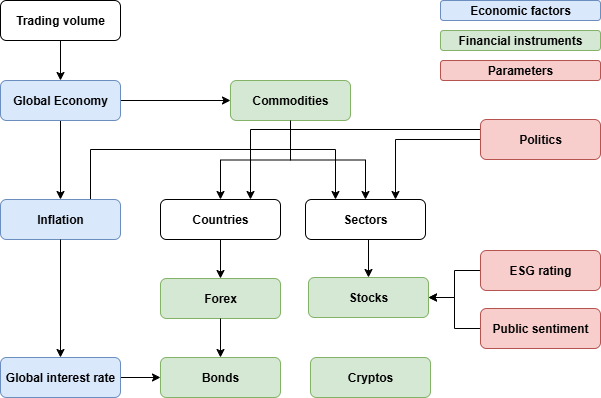
This is extras/schema.png from tvdboom/marketcap, a draw.io export, as it was before one commit. Source tidied: cells renumbered, new cells last; positions are measured from the earlier drawing's top-left corner, leaving out a move shared by most shapes.
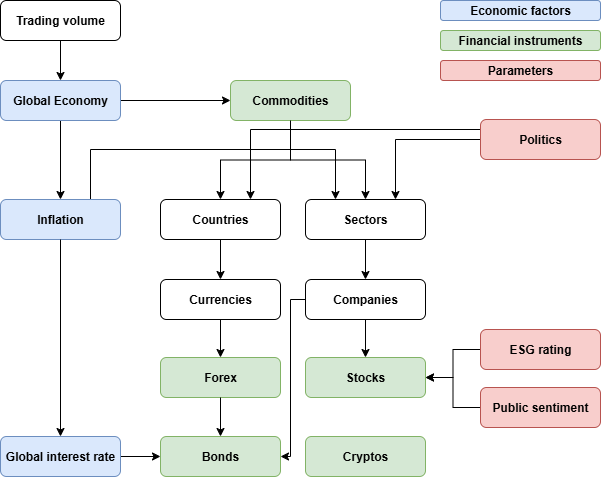
The same diagram one commit later.

What changed in the source:
```diff
@@ -29,7 +29,7 @@
       <mxGeometry relative="1" as="geometry" />
     </mxCell>
     <mxCell id="9" value="&lt;b&gt;Global interest rate&lt;/b&gt;" style="rounded=1;whiteSpace=wrap;html=1;fillColor=#dae8fc;strokeColor=#6c8ebf;" parent="1" vertex="1">
-      <mxGeometry y="357" width="120" height="40" as="geometry" />
+      <mxGeometry y="436" width="120" height="40" as="geometry" />
     </mxCell>
     <mxCell id="10" style="edgeStyle=orthogonalEdgeStyle;rounded=0;jettySize=auto;html=1;exitX=0.5;exitY=1;exitDx=0;exitDy=0;" parent="1" edge="1" source="11" target="20">
       <mxGeometry relative="1" as="geometry" />
@@ -40,20 +40,20 @@
     <mxCell id="12" style="edgeStyle=orthogonalEdgeStyle;rounded=0;jettySize=auto;html=1;entryX=0.5;entryY=0;entryDx=0;entryDy=0;exitX=0.5;exitY=1;exitDx=0;exitDy=0;" parent="1" edge="1" source="11" target="13">
       <mxGeometry relative="1" as="geometry" />
     </mxCell>
+    <mxCell id="34" style="edgeStyle=orthogonalEdgeStyle;rounded=0;jettySize=auto;html=1;exitX=0.5;exitY=1;exitDx=0;exitDy=0;entryX=0.5;entryY=0;entryDx=0;entryDy=0;" parent="1" edge="1" source="13" target="37">
+      <mxGeometry relative="1" as="geometry" />
+    </mxCell>
     <mxCell id="13" value="&lt;b&gt;Countries&lt;/b&gt;" style="rounded=1;whiteSpace=wrap;html=1;" parent="1" vertex="1">
       <mxGeometry x="160" y="199" width="120" height="40" as="geometry" />
     </mxCell>
-    <mxCell id="14" style="edgeStyle=orthogonalEdgeStyle;rounded=0;jettySize=auto;html=1;entryX=0.5;entryY=0;entryDx=0;entryDy=0;exitX=0.5;exitY=1;exitDx=0;exitDy=0;" parent="1" edge="1" source="13" target="15">
-      <mxGeometry relative="1" as="geometry" />
-    </mxCell>
     <mxCell id="15" value="&lt;b&gt;Forex&lt;/b&gt;" style="rounded=1;whiteSpace=wrap;html=1;fillColor=#d5e8d4;strokeColor=#82b366;" parent="1" vertex="1">
-      <mxGeometry x="160" y="278" width="120" height="40" as="geometry" />
+      <mxGeometry x="160" y="357" width="120" height="40" as="geometry" />
     </mxCell>
     <mxCell id="16" style="edgeStyle=orthogonalEdgeStyle;rounded=0;jettySize=auto;html=1;entryX=0.5;entryY=0;entryDx=0;entryDy=0;exitX=0.5;exitY=1;exitDx=0;exitDy=0;" parent="1" edge="1" source="15" target="17">
       <mxGeometry relative="1" as="geometry" />
     </mxCell>
     <mxCell id="17" value="&lt;b&gt;Bonds&lt;/b&gt;" style="rounded=1;whiteSpace=wrap;html=1;fillColor=#d5e8d4;strokeColor=#82b366;" parent="1" vertex="1">
-      <mxGeometry x="160" y="357" width="120" height="40" as="geometry" />
+      <mxGeometry x="160" y="436" width="120" height="40" as="geometry" />
     </mxCell>
     <mxCell id="18" style="edgeStyle=orthogonalEdgeStyle;rounded=0;jettySize=auto;html=1;entryX=0.5;entryY=0;entryDx=0;entryDy=0;" parent="1" edge="1" source="19" target="4">
       <mxGeometry relative="1" as="geometry" />
@@ -61,17 +61,17 @@
     <mxCell id="19" value="&lt;b&gt;Trading volume&lt;/b&gt;" style="rounded=1;whiteSpace=wrap;html=1;" parent="1" vertex="1">
       <mxGeometry width="120" height="40" as="geometry" />
     </mxCell>
+    <mxCell id="35" style="edgeStyle=orthogonalEdgeStyle;rounded=0;jettySize=auto;html=1;exitX=0.5;exitY=1;exitDx=0;exitDy=0;entryX=0.5;entryY=0;entryDx=0;entryDy=0;" parent="1" edge="1" source="20" target="40">
+      <mxGeometry relative="1" as="geometry" />
+    </mxCell>
     <mxCell id="20" value="&lt;b&gt;Sectors&lt;/b&gt;" style="rounded=1;whiteSpace=wrap;html=1;" parent="1" vertex="1">
       <mxGeometry x="305" y="199" width="120" height="40" as="geometry" />
     </mxCell>
-    <mxCell id="21" style="edgeStyle=orthogonalEdgeStyle;rounded=0;jettySize=auto;html=1;entryX=0.5;entryY=0;entryDx=0;entryDy=0;exitX=0.5;exitY=1;exitDx=0;exitDy=0;" parent="1" edge="1" source="20" target="22">
-      <mxGeometry relative="1" as="geometry" />
-    </mxCell>
     <mxCell id="22" value="&lt;b&gt;Stocks&lt;/b&gt;" style="rounded=1;whiteSpace=wrap;html=1;fillColor=#d5e8d4;strokeColor=#82b366;" parent="1" vertex="1">
-      <mxGeometry x="308" y="277" width="120" height="40" as="geometry" />
+      <mxGeometry x="305" y="357" width="120" height="40" as="geometry" />
     </mxCell>
     <mxCell id="23" value="&lt;b&gt;Cryptos&lt;/b&gt;" style="rounded=1;whiteSpace=wrap;html=1;fillColor=#d5e8d4;strokeColor=#82b366;" parent="1" vertex="1">
-      <mxGeometry x="310" y="357" width="120" height="40" as="geometry" />
+      <mxGeometry x="305" y="436" width="120" height="40" as="geometry" />
     </mxCell>
     <mxCell id="24" value="&lt;b&gt;Economic factors&lt;/b&gt;" style="rounded=1;whiteSpace=wrap;html=1;fillColor=#dae8fc;strokeColor=#6c8ebf;" parent="1" vertex="1">
       <mxGeometry x="440" width="160" height="20" as="geometry" />
@@ -86,13 +86,13 @@
       <mxGeometry relative="1" as="geometry" />
     </mxCell>
     <mxCell id="28" value="&lt;b&gt;ESG rating&lt;/b&gt;" style="rounded=1;whiteSpace=wrap;html=1;fillColor=#f8cecc;strokeColor=#b85450;" parent="1" vertex="1">
-      <mxGeometry x="480" y="250" width="120" height="40" as="geometry" />
+      <mxGeometry x="480" y="329" width="120" height="40" as="geometry" />
     </mxCell>
     <mxCell id="29" style="edgeStyle=orthogonalEdgeStyle;rounded=0;jettySize=auto;html=1;exitX=0;exitY=0.5;exitDx=0;exitDy=0;entryX=1;entryY=0.5;entryDx=0;entryDy=0;" parent="1" edge="1" source="30" target="22">
       <mxGeometry relative="1" as="geometry" />
     </mxCell>
     <mxCell id="30" value="&lt;b&gt;Public sentiment&lt;/b&gt;" style="rounded=1;whiteSpace=wrap;html=1;fillColor=#f8cecc;strokeColor=#b85450;" parent="1" vertex="1">
-      <mxGeometry x="480" y="308" width="120" height="40" as="geometry" />
+      <mxGeometry x="480" y="387" width="120" height="40" as="geometry" />
     </mxCell>
     <mxCell id="31" style="edgeStyle=orthogonalEdgeStyle;rounded=0;jettySize=auto;html=1;entryX=0.75;entryY=0;entryDx=0;entryDy=0;" parent="1" edge="1" source="33" target="20">
       <mxGeometry relative="1" as="geometry" />
@@ -103,5 +103,25 @@
     <mxCell id="33" value="&lt;b&gt;Politics&lt;/b&gt;" style="rounded=1;whiteSpace=wrap;html=1;fillColor=#f8cecc;strokeColor=#b85450;" parent="1" vertex="1">
       <mxGeometry x="480" y="119" width="120" height="40" as="geometry" />
     </mxCell>
+    <mxCell id="36" style="edgeStyle=orthogonalEdgeStyle;rounded=0;jettySize=auto;html=1;exitX=0.5;exitY=1;exitDx=0;exitDy=0;" parent="1" edge="1" source="37" target="15">
+      <mxGeometry relative="1" as="geometry" />
+    </mxCell>
+    <mxCell id="37" value="&lt;b&gt;Currencies&lt;/b&gt;" style="rounded=1;whiteSpace=wrap;html=1;" parent="1" vertex="1">
+      <mxGeometry x="160" y="279" width="120" height="40" as="geometry" />
+    </mxCell>
+    <mxCell id="38" style="edgeStyle=orthogonalEdgeStyle;rounded=0;jettySize=auto;html=1;exitX=0.5;exitY=1;exitDx=0;exitDy=0;entryX=0.5;entryY=0;entryDx=0;entryDy=0;" parent="1" edge="1" source="40" target="22">
+      <mxGeometry relative="1" as="geometry" />
+    </mxCell>
+    <mxCell id="39" style="edgeStyle=orthogonalEdgeStyle;rounded=0;jettySize=auto;html=1;exitX=0;exitY=0.5;exitDx=0;exitDy=0;entryX=1;entryY=0.5;entryDx=0;entryDy=0;" parent="1" edge="1" source="40" target="17">
+      <mxGeometry relative="1" as="geometry">
+        <Array as="points">
+          <mxPoint x="290" y="299" />
+          <mxPoint x="290" y="456" />
+        </Array>
+      </mxGeometry>
+    </mxCell>
+    <mxCell id="40" value="&lt;b&gt;Companies&lt;/b&gt;" style="rounded=1;whiteSpace=wrap;html=1;" parent="1" vertex="1">
+      <mxGeometry x="305" y="279" width="120" height="40" as="geometry" />
+    </mxCell>
   </root>
 </mxGraphModel>
```
